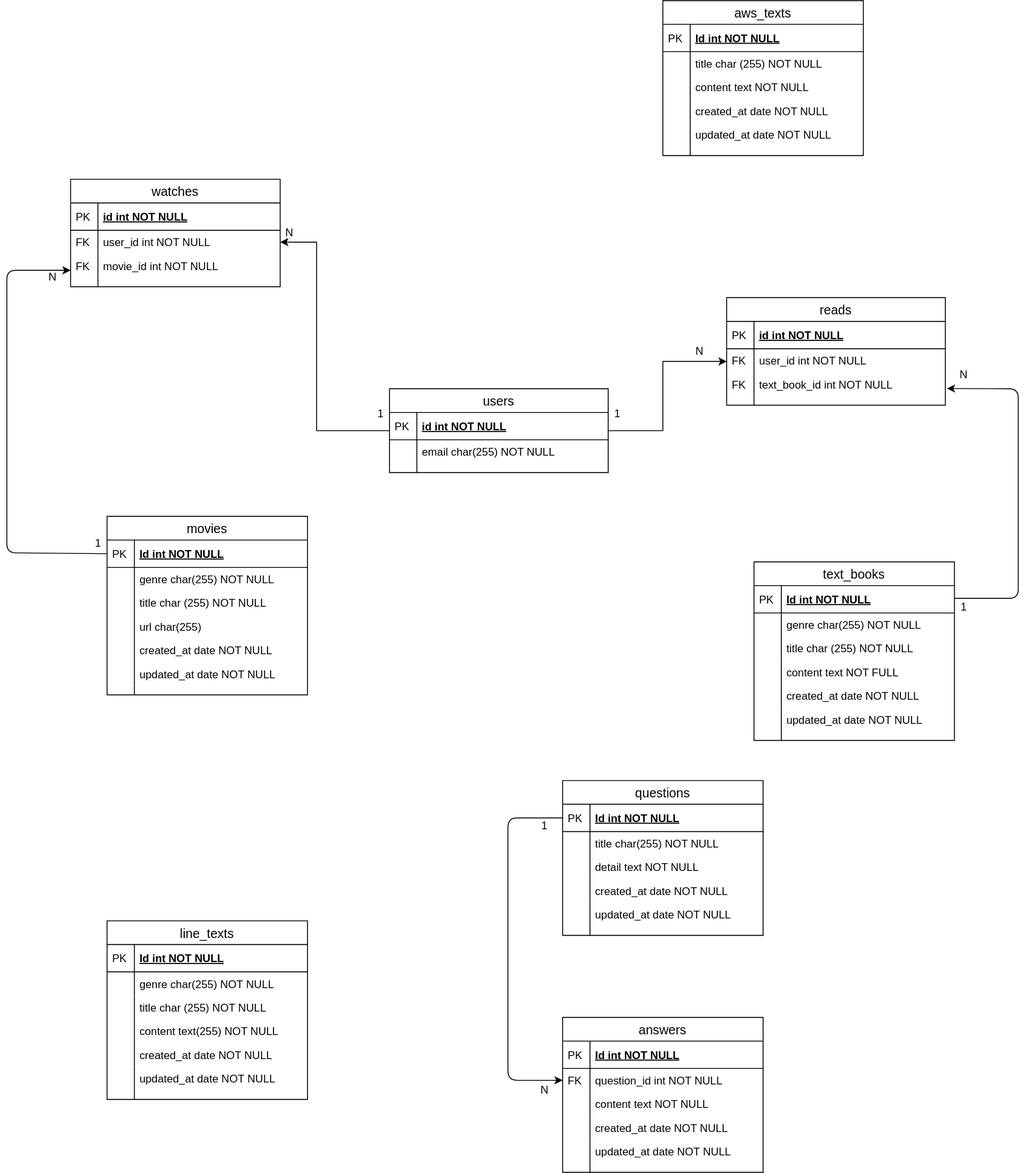
T-Tsujii/gyakuten_clone_group29 keeps this draw.io diagram as gyakuten_clone_app.svg. Above is the earlier version. Source tidied: cells renumbered, new cells last; positions are measured from the earlier drawing's top-left corner, leaving out a move shared by most shapes.
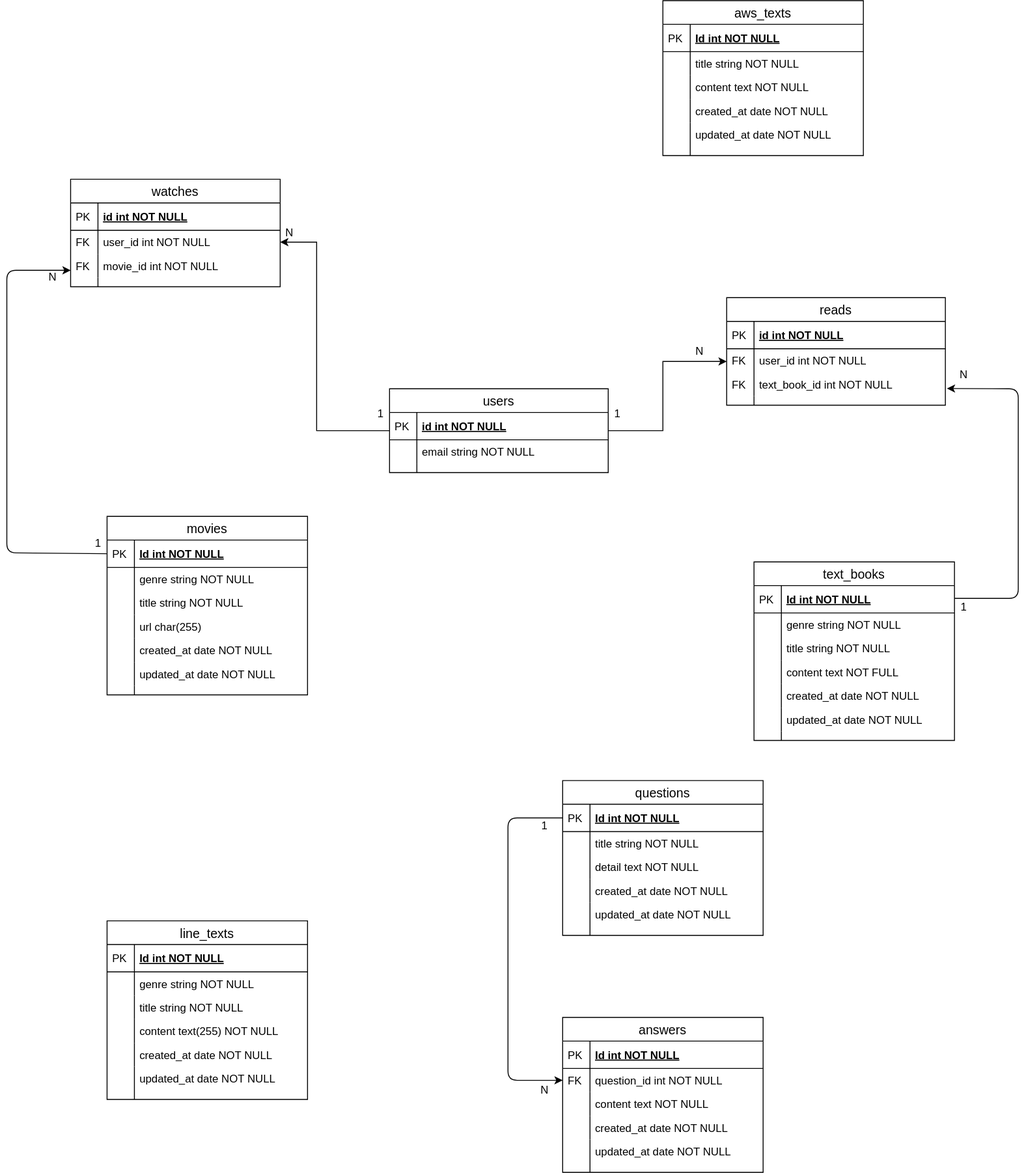
After the change.

Commit message:
カラム型名変更

Change to the diagram source:
```diff
@@ -11,13 +11,13 @@
     <mxCell id="4" value="PK" style="shape=partialRectangle;top=0;left=0;bottom=0;fillColor=none;align=left;verticalAlign=middle;spacingLeft=4;spacingRight=4;overflow=hidden;fontSize=12;" parent="3" vertex="1">
       <mxGeometry width="30" height="30" as="geometry" />
     </mxCell>
-    <mxCell id="5" value="genre char(255) NOT NULL&#10;" style="shape=partialRectangle;top=0;left=0;right=0;bottom=0;align=left;verticalAlign=top;fillColor=none;spacingLeft=34;spacingRight=4;overflow=hidden;fontSize=12;" parent="2" vertex="1">
+    <mxCell id="5" value="genre string NOT NULL&#10;" style="shape=partialRectangle;top=0;left=0;right=0;bottom=0;align=left;verticalAlign=top;fillColor=none;spacingLeft=34;spacingRight=4;overflow=hidden;fontSize=12;" parent="2" vertex="1">
       <mxGeometry y="56" width="220" height="26" as="geometry" />
     </mxCell>
     <mxCell id="6" style="shape=partialRectangle;top=0;left=0;bottom=0;fillColor=none;align=left;verticalAlign=top;spacingLeft=4;spacingRight=4;overflow=hidden;fontSize=12;" parent="5" vertex="1">
       <mxGeometry width="30" height="26" as="geometry" />
     </mxCell>
-    <mxCell id="7" value="title char (255) NOT NULL&#10;" style="shape=partialRectangle;top=0;left=0;right=0;bottom=0;align=left;verticalAlign=top;fillColor=none;spacingLeft=34;spacingRight=4;overflow=hidden;fontSize=12;" parent="2" vertex="1">
+    <mxCell id="7" value="title string NOT NULL&#10;" style="shape=partialRectangle;top=0;left=0;right=0;bottom=0;align=left;verticalAlign=top;fillColor=none;spacingLeft=34;spacingRight=4;overflow=hidden;fontSize=12;" parent="2" vertex="1">
       <mxGeometry y="82" width="220" height="26" as="geometry" />
     </mxCell>
     <mxCell id="8" style="shape=partialRectangle;top=0;left=0;bottom=0;fillColor=none;align=left;verticalAlign=top;spacingLeft=4;spacingRight=4;overflow=hidden;fontSize=12;" parent="7" vertex="1">
@@ -56,7 +56,7 @@
     <mxCell id="19" value="PK" style="shape=partialRectangle;top=0;left=0;bottom=0;fillColor=none;align=left;verticalAlign=middle;spacingLeft=4;spacingRight=4;overflow=hidden;fontSize=12;" parent="18" vertex="1">
       <mxGeometry width="30" height="30" as="geometry" />
     </mxCell>
-    <mxCell id="20" value="title char(255) NOT NULL&#10;" style="shape=partialRectangle;top=0;left=0;right=0;bottom=0;align=left;verticalAlign=top;fillColor=none;spacingLeft=34;spacingRight=4;overflow=hidden;fontSize=12;" parent="17" vertex="1">
+    <mxCell id="20" value="title string NOT NULL&#10;" style="shape=partialRectangle;top=0;left=0;right=0;bottom=0;align=left;verticalAlign=top;fillColor=none;spacingLeft=34;spacingRight=4;overflow=hidden;fontSize=12;" parent="17" vertex="1">
       <mxGeometry y="56" width="220" height="26" as="geometry" />
     </mxCell>
     <mxCell id="21" style="shape=partialRectangle;top=0;left=0;bottom=0;fillColor=none;align=left;verticalAlign=top;spacingLeft=4;spacingRight=4;overflow=hidden;fontSize=12;" parent="20" vertex="1">
@@ -211,13 +211,13 @@
     <mxCell id="64" value="PK" style="shape=partialRectangle;top=0;left=0;bottom=0;fillColor=none;align=left;verticalAlign=middle;spacingLeft=4;spacingRight=4;overflow=hidden;fontSize=12;" parent="63" vertex="1">
       <mxGeometry width="30" height="30" as="geometry" />
     </mxCell>
-    <mxCell id="65" value="genre char(255) NOT NULL&#10;" style="shape=partialRectangle;top=0;left=0;right=0;bottom=0;align=left;verticalAlign=top;fillColor=none;spacingLeft=34;spacingRight=4;overflow=hidden;fontSize=12;" parent="62" vertex="1">
+    <mxCell id="65" value="genre string NOT NULL&#10;" style="shape=partialRectangle;top=0;left=0;right=0;bottom=0;align=left;verticalAlign=top;fillColor=none;spacingLeft=34;spacingRight=4;overflow=hidden;fontSize=12;" parent="62" vertex="1">
       <mxGeometry y="56" width="220" height="26" as="geometry" />
     </mxCell>
     <mxCell id="66" style="shape=partialRectangle;top=0;left=0;bottom=0;fillColor=none;align=left;verticalAlign=top;spacingLeft=4;spacingRight=4;overflow=hidden;fontSize=12;" parent="65" vertex="1">
       <mxGeometry width="30" height="26" as="geometry" />
     </mxCell>
-    <mxCell id="67" value="title char (255) NOT NULL&#10;" style="shape=partialRectangle;top=0;left=0;right=0;bottom=0;align=left;verticalAlign=top;fillColor=none;spacingLeft=34;spacingRight=4;overflow=hidden;fontSize=12;" parent="62" vertex="1">
+    <mxCell id="67" value="title string NOT NULL&#10;" style="shape=partialRectangle;top=0;left=0;right=0;bottom=0;align=left;verticalAlign=top;fillColor=none;spacingLeft=34;spacingRight=4;overflow=hidden;fontSize=12;" parent="62" vertex="1">
       <mxGeometry y="82" width="220" height="26" as="geometry" />
     </mxCell>
     <mxCell id="68" style="shape=partialRectangle;top=0;left=0;bottom=0;fillColor=none;align=left;verticalAlign=top;spacingLeft=4;spacingRight=4;overflow=hidden;fontSize=12;" parent="67" vertex="1">
@@ -256,13 +256,13 @@
     <mxCell id="79" value="PK" style="shape=partialRectangle;top=0;left=0;bottom=0;fillColor=none;align=left;verticalAlign=middle;spacingLeft=4;spacingRight=4;overflow=hidden;fontSize=12;" parent="78" vertex="1">
       <mxGeometry width="30" height="30" as="geometry" />
     </mxCell>
-    <mxCell id="80" value="genre char(255) NOT NULL&#10;" style="shape=partialRectangle;top=0;left=0;right=0;bottom=0;align=left;verticalAlign=top;fillColor=none;spacingLeft=34;spacingRight=4;overflow=hidden;fontSize=12;" parent="77" vertex="1">
+    <mxCell id="80" value="genre string NOT NULL&#10;" style="shape=partialRectangle;top=0;left=0;right=0;bottom=0;align=left;verticalAlign=top;fillColor=none;spacingLeft=34;spacingRight=4;overflow=hidden;fontSize=12;" parent="77" vertex="1">
       <mxGeometry y="56" width="220" height="26" as="geometry" />
     </mxCell>
     <mxCell id="81" style="shape=partialRectangle;top=0;left=0;bottom=0;fillColor=none;align=left;verticalAlign=top;spacingLeft=4;spacingRight=4;overflow=hidden;fontSize=12;" parent="80" vertex="1">
       <mxGeometry width="30" height="26" as="geometry" />
     </mxCell>
-    <mxCell id="82" value="title char (255) NOT NULL&#10;" style="shape=partialRectangle;top=0;left=0;right=0;bottom=0;align=left;verticalAlign=top;fillColor=none;spacingLeft=34;spacingRight=4;overflow=hidden;fontSize=12;" parent="77" vertex="1">
+    <mxCell id="82" value="title string NOT NULL&#10;" style="shape=partialRectangle;top=0;left=0;right=0;bottom=0;align=left;verticalAlign=top;fillColor=none;spacingLeft=34;spacingRight=4;overflow=hidden;fontSize=12;" parent="77" vertex="1">
       <mxGeometry y="82" width="220" height="26" as="geometry" />
     </mxCell>
     <mxCell id="83" style="shape=partialRectangle;top=0;left=0;bottom=0;fillColor=none;align=left;verticalAlign=top;spacingLeft=4;spacingRight=4;overflow=hidden;fontSize=12;" parent="82" vertex="1">
@@ -301,7 +301,7 @@
     <mxCell id="94" value="PK" style="shape=partialRectangle;top=0;left=0;bottom=0;fillColor=none;align=left;verticalAlign=middle;spacingLeft=4;spacingRight=4;overflow=hidden;fontSize=12;" parent="93" vertex="1">
       <mxGeometry width="30" height="30" as="geometry" />
     </mxCell>
-    <mxCell id="95" value="title char (255) NOT NULL&#10;" style="shape=partialRectangle;top=0;left=0;right=0;bottom=0;align=left;verticalAlign=top;fillColor=none;spacingLeft=34;spacingRight=4;overflow=hidden;fontSize=12;" parent="92" vertex="1">
+    <mxCell id="95" value="title string NOT NULL&#10;" style="shape=partialRectangle;top=0;left=0;right=0;bottom=0;align=left;verticalAlign=top;fillColor=none;spacingLeft=34;spacingRight=4;overflow=hidden;fontSize=12;" parent="92" vertex="1">
       <mxGeometry y="56" width="220" height="26" as="geometry" />
     </mxCell>
     <mxCell id="96" style="shape=partialRectangle;top=0;left=0;bottom=0;fillColor=none;align=left;verticalAlign=top;spacingLeft=4;spacingRight=4;overflow=hidden;fontSize=12;" parent="95" vertex="1">
@@ -388,7 +388,7 @@
     <mxCell id="121" value="PK" style="shape=partialRectangle;top=0;left=0;bottom=0;fillColor=none;align=left;verticalAlign=middle;spacingLeft=4;spacingRight=4;overflow=hidden;fontSize=12;" parent="120" vertex="1">
       <mxGeometry width="30" height="30" as="geometry" />
     </mxCell>
-    <mxCell id="122" value="email char(255) NOT NULL&#10;" style="shape=partialRectangle;top=0;left=0;right=0;bottom=0;align=left;verticalAlign=top;fillColor=none;spacingLeft=34;spacingRight=4;overflow=hidden;fontSize=12;" parent="119" vertex="1">
+    <mxCell id="122" value="email string NOT NULL&#10;" style="shape=partialRectangle;top=0;left=0;right=0;bottom=0;align=left;verticalAlign=top;fillColor=none;spacingLeft=34;spacingRight=4;overflow=hidden;fontSize=12;" parent="119" vertex="1">
       <mxGeometry y="56" width="240" height="26" as="geometry" />
     </mxCell>
     <mxCell id="123" style="shape=partialRectangle;top=0;left=0;bottom=0;fillColor=none;align=left;verticalAlign=top;spacingLeft=4;spacingRight=4;overflow=hidden;fontSize=12;" parent="122" vertex="1">
```
